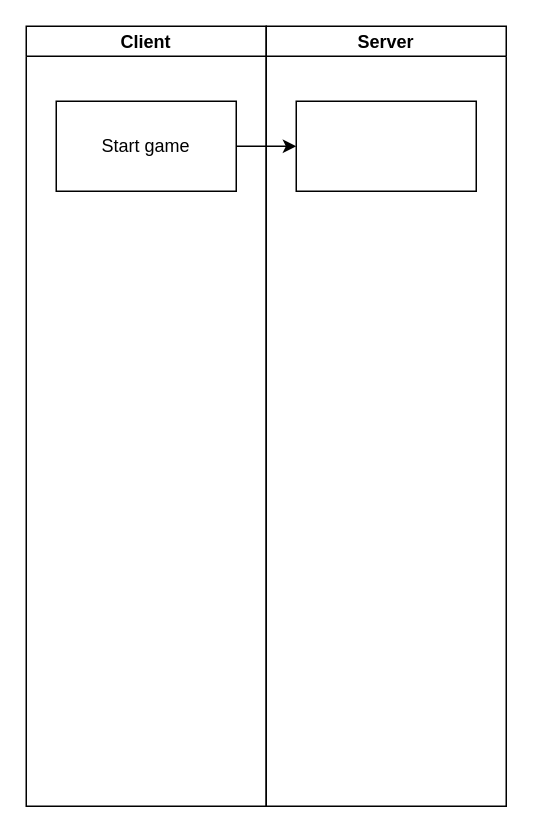
Above: page "Page-1" (2 of 2) of stratego.drawio in twanh/NotImplementedErrror2.0 (draw.io), before the change. Source tidied: cells renumbered, new cells numbered last; positions are measured from the earlier drawing's top-left corner, leaving out a move shared by most shapes. Both pictures are drawn from the tidied source at 150%, with x=0, y=0 at pixel (26, 26).
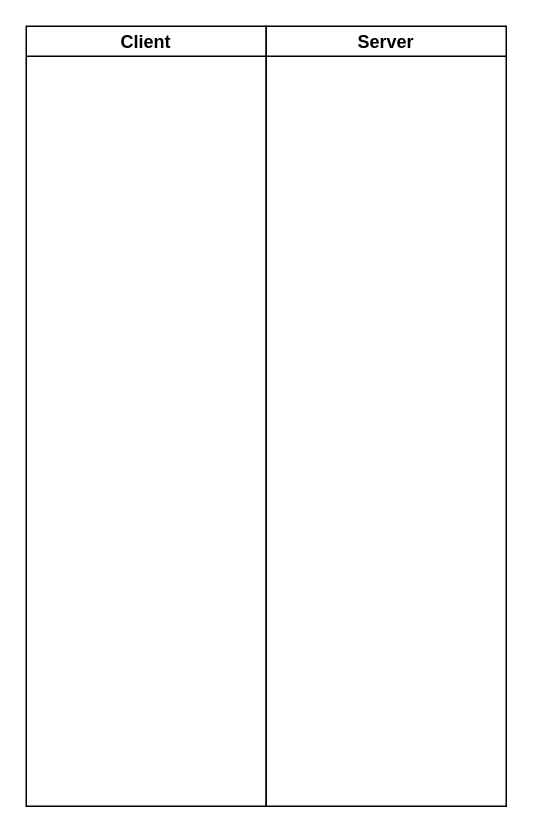
After the change.

The edit, as a diff of the source:
```diff
@@
 <mxGraphModel background="#ffffff">
   <root>
     <mxCell id="0" />
     <mxCell id="1" parent="0" />
     <mxCell id="2" value="Client" style="swimlane;startSize=20;" parent="1" vertex="1">
       <mxGeometry width="160" height="520" as="geometry" />
     </mxCell>
-    <mxCell id="3" value="Start game" style="rounded=0;whiteSpace=wrap;html=1;" parent="2" vertex="1">
-      <mxGeometry x="20" y="50" width="120" height="60" as="geometry" />
-    </mxCell>
     <mxCell id="4" value="Server" style="swimlane;startSize=20;" parent="1" vertex="1">
       <mxGeometry x="160" width="160" height="520" as="geometry" />
     </mxCell>
-    <mxCell id="5" style="rounded=0;whiteSpace=wrap;html=1;" parent="4" vertex="1">
-      <mxGeometry x="20" y="50" width="120" height="60" as="geometry" />
-    </mxCell>
-    <mxCell id="6" style="edgeStyle=orthogonalEdgeStyle;rounded=0;jettySize=auto;html=1;exitX=1;exitY=0.5;exitDx=0;exitDy=0;" parent="1" edge="1" source="3">
-      <mxGeometry relative="1" as="geometry">
-        <mxPoint x="180" y="80" as="targetPoint" />
-      </mxGeometry>
-    </mxCell>
   </root>
 </mxGraphModel>
```
